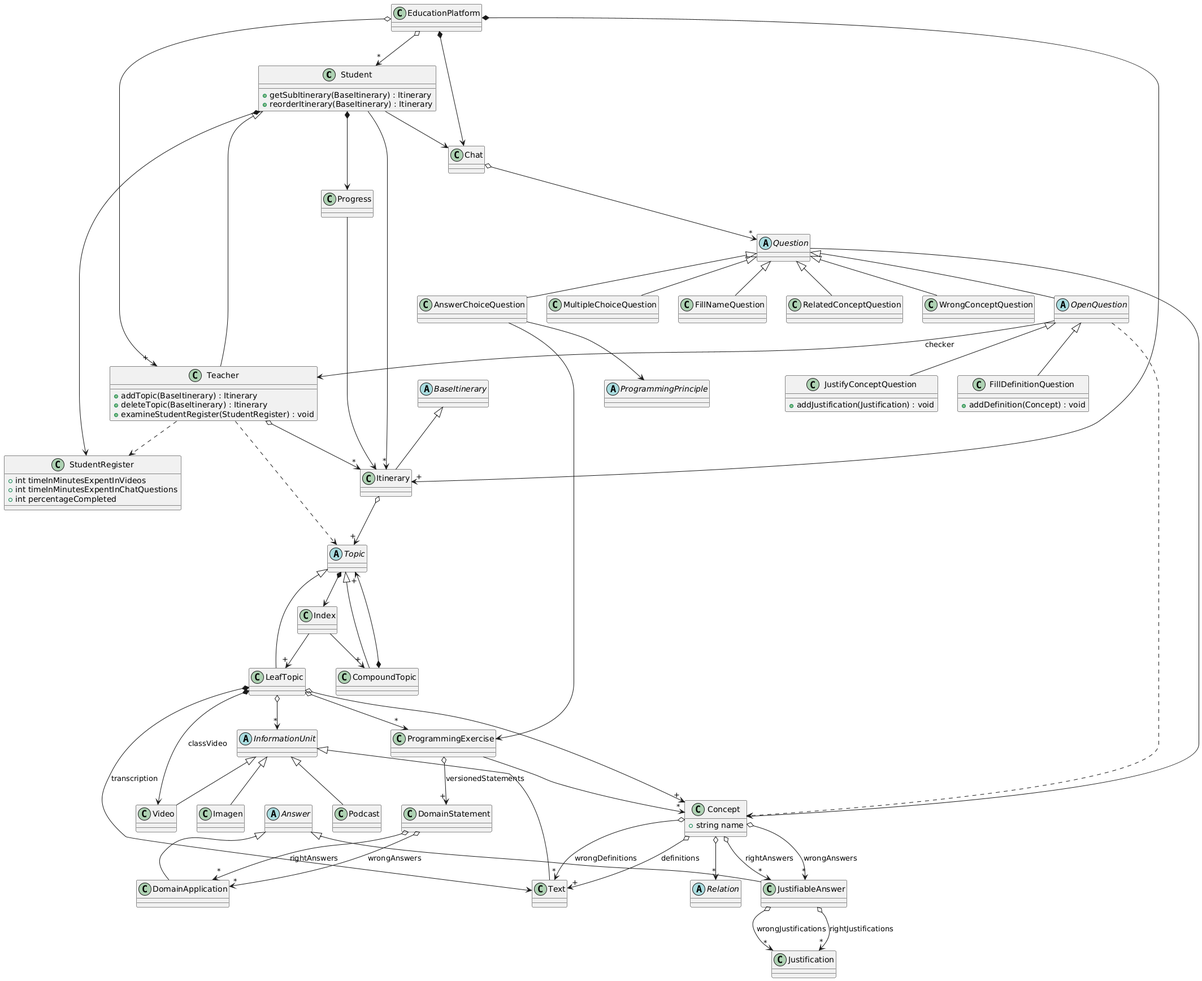
This is docs/images/domain_model.png from gianluisdiana/EducationPlatform, a PlantUML export, as it was before one commit. The source it was exported from:
```plantuml
@startuml
class Student {
    + getSubItinerary(BaseItinerary) : Itinerary
    + reorderItinerary(BaseItinerary) : Itinerary
  }

  abstract class BaseItinerary

  class Itinerary

  BaseItinerary <|-down- Itinerary

  Student --> "*" Itinerary

  class Teacher {
    + addTopic(BaseItinerary) : Itinerary
    + deleteTopic(BaseItinerary) : Itinerary
    + examineStudentRegister(StudentRegister) : void
  }

  Teacher o--> "*" Itinerary

  abstract class Topic
  class CompoundTopic
  class Index

  Student <|-down- Teacher

  abstract class InformationUnit

  InformationUnit <|-down- Text
  InformationUnit <|-down- Video
  InformationUnit <|-down- Podcast
  InformationUnit <|-down- Imagen

  LeafTopic o--> "*" InformationUnit
  LeafTopic *--> Video : classVideo
  LeafTopic *--> Text : transcription

  Teacher ..> Topic

  CompoundTopic *--> "+" Topic
  Topic *--> Index

  Topic <|-- CompoundTopic
  Topic <|-- LeafTopic

  Index --> "+" CompoundTopic
  Index --> "+" LeafTopic

  Itinerary o--> "+" Topic

  EducationPlatform o--> "*" Student
  EducationPlatform o--> "+" Teacher
  EducationPlatform *--> "+" Itinerary

  class Concept {
    + string name
  }

  LeafTopic o--> "+" Concept

  Concept o--> "+" Text : definitions
  Concept o--> "*" Text : wrongDefinitions
  Concept o--> "*" Relation

  abstract class Relation

  class Progress

  Student *--> Progress
  Progress --> Itinerary

  class Chat
  abstract class Question

  Question --> Concept

  Chat o--> "*" Question

  EducationPlatform *--> Chat

  Question <|-- MultipleChoiceQuestion
  Question <|-- FillNameQuestion
  Question <|-- RelatedConceptQuestion
  Question <|-- OpenQuestion

  abstract class OpenQuestion
  class FillDefinitionQuestion {
    + addDefinition(Concept) : void
  }
  class JustifyConceptQuestion {
    + addJustification(Justification) : void
  }
  OpenQuestion <|-- JustifyConceptQuestion

  OpenQuestion --> Teacher : checker
  OpenQuestion ..> Concept
  Student --> Chat

  Concept o--> "*" JustifiableAnswer : wrongAnswers
  Concept o--> "*" JustifiableAnswer : rightAnswers

  JustifiableAnswer o--> "*" Justification : wrongJustifications
  JustifiableAnswer o--> "*" Justification : rightJustifications

  class JustifiableAnswer

  Question <|-- WrongConceptQuestion
  OpenQuestion <|-- FillDefinitionQuestion

  class ProgrammingExercise
  class DomainApplication

  abstract class Answer
  Answer <|-- JustifiableAnswer
  Answer <|-- DomainApplication

  DomainStatement o--> "*" DomainApplication : rightAnswers
  DomainStatement o--> "*" DomainApplication : wrongAnswers

  Question <|-- AnswerChoiceQuestion

  AnswerChoiceQuestion --> ProgrammingExercise
  AnswerChoiceQuestion --> ProgrammingPrinciple

  abstract class ProgrammingPrinciple




  class StudentRegister {
    + int timeInMinutesExpentInVideos
    + int timeInMinutesExpentInChatQuestions
    + int percentageCompleted
  }

  LeafTopic o--> "*" ProgrammingExercise

  Student *--> StudentRegister
  Teacher ..> StudentRegister

  ProgrammingExercise o--> "+" DomainStatement : versionedStatements
  ProgrammingExercise --> "*" Concept
@enduml
```
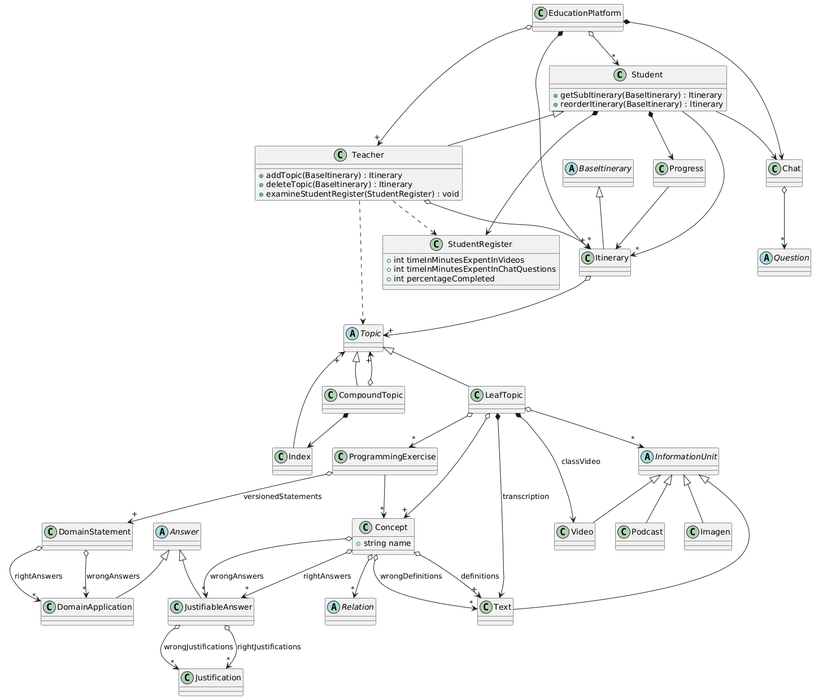
The same file after the commit.

Commit message:
feat: dividing questions from main domain model

Diff of the diagram source:
```diff
@@ -39,14 +39,13 @@
 
   Teacher ..> Topic
 
-  CompoundTopic *--> "+" Topic
-  Topic *--> Index
+  CompoundTopic o--> "+" Topic
+  CompoundTopic *--> Index
 
   Topic <|-- CompoundTopic
   Topic <|-- LeafTopic
 
-  Index --> "+" CompoundTopic
-  Index --> "+" LeafTopic
+  Index --> "+" Topic
 
   Itinerary o--> "+" Topic
 
@@ -72,30 +71,13 @@
   Progress --> Itinerary
 
   class Chat
+
   abstract class Question
-
-  Question --> Concept
 
   Chat o--> "*" Question
 
   EducationPlatform *--> Chat
 
-  Question <|-- MultipleChoiceQuestion
-  Question <|-- FillNameQuestion
-  Question <|-- RelatedConceptQuestion
-  Question <|-- OpenQuestion
-
-  abstract class OpenQuestion
-  class FillDefinitionQuestion {
-    + addDefinition(Concept) : void
-  }
-  class JustifyConceptQuestion {
-    + addJustification(Justification) : void
-  }
-  OpenQuestion <|-- JustifyConceptQuestion
-
-  OpenQuestion --> Teacher : checker
-  OpenQuestion ..> Concept
   Student --> Chat
 
   Concept o--> "*" JustifiableAnswer : wrongAnswers
@@ -106,9 +88,6 @@
 
   class JustifiableAnswer
 
-  Question <|-- WrongConceptQuestion
-  OpenQuestion <|-- FillDefinitionQuestion
-
   class ProgrammingExercise
   class DomainApplication
 
@@ -118,16 +97,6 @@
 
   DomainStatement o--> "*" DomainApplication : rightAnswers
   DomainStatement o--> "*" DomainApplication : wrongAnswers
-
-  Question <|-- AnswerChoiceQuestion
-
-  AnswerChoiceQuestion --> ProgrammingExercise
-  AnswerChoiceQuestion --> ProgrammingPrinciple
-
-  abstract class ProgrammingPrinciple
-
-
-
 
   class StudentRegister {
     + int timeInMinutesExpentInVideos
```
